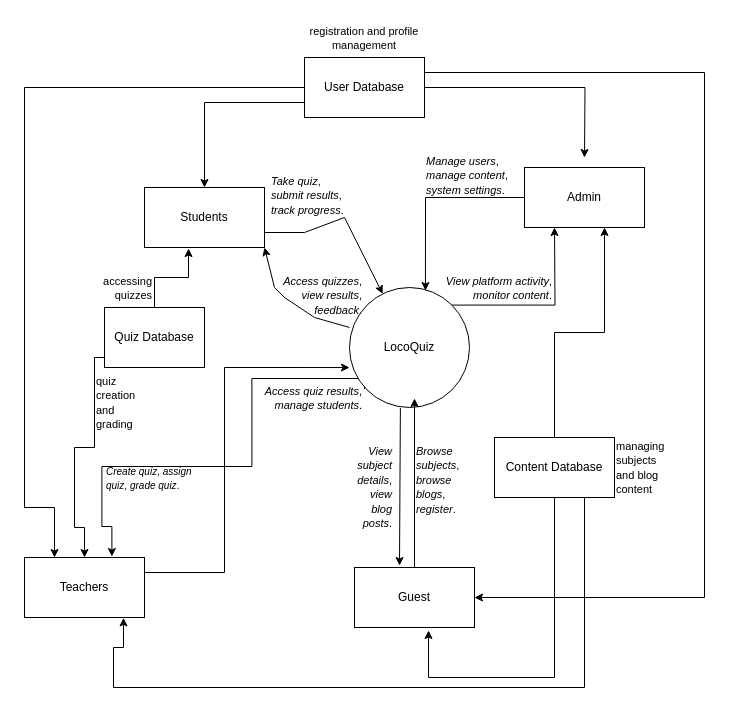
ChelleRech3/Use-case-diagram keeps this draw.io diagram as Assignment1.drawio. Above is the earlier version. Source tidied: cells renumbered, new cells numbered last; positions are measured from the earlier drawing's top-left corner, leaving out a move shared by most shapes. Both pictures are drawn from the tidied source at 100%, with x=0, y=0 at pixel (24, 17).
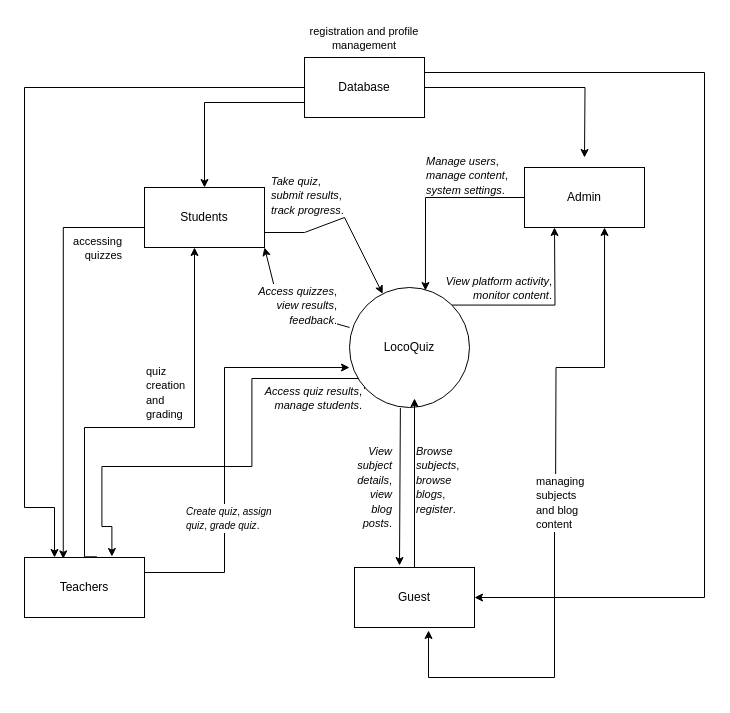
The same diagram, later.

The change refers to these unchanged cells:
```xml
<mxCell id="5" value="Admin" style="rounded=0;whiteSpace=wrap;html=1;" parent="1" vertex="1">
  <mxGeometry x="500" y="150" width="120" height="60" as="geometry" />
</mxCell>
<mxCell id="6" value="Guest" style="rounded=0;whiteSpace=wrap;html=1;" parent="1" vertex="1">
  <mxGeometry x="330" y="550" width="120" height="60" as="geometry" />
</mxCell>
<mxCell id="7" value="Teachers" style="rounded=0;whiteSpace=wrap;html=1;" parent="1" vertex="1">
  <mxGeometry y="540" width="120" height="60" as="geometry" />
</mxCell>
<mxCell id="16" value="Students" style="rounded=0;whiteSpace=wrap;html=1;" parent="1" vertex="1">
  <mxGeometry x="120" y="170" width="120" height="60" as="geometry" />
</mxCell>
```

Diff of the diagram source:
```diff
@@
-    <mxCell id="12" value="User Database" style="rounded=0;whiteSpace=wrap;html=1;" parent="1" vertex="1">
+    <mxCell id="12" value="Database" style="rounded=0;whiteSpace=wrap;html=1;" parent="1" vertex="1">
       <mxGeometry x="280" y="40" width="120" height="60" as="geometry" />
     </mxCell>
-    <mxCell id="13" style="edgeStyle=orthogonalEdgeStyle;rounded=0;jettySize=auto;html=1;entryX=0.5;entryY=0;entryDx=0;entryDy=0;" parent="1" edge="1" source="14" target="7">
+    <mxCell id="13" style="edgeStyle=orthogonalEdgeStyle;rounded=0;jettySize=auto;html=1;exitX=0.603;exitY=-0.011;exitDx=0;exitDy=0;exitPerimeter=0;" parent="1" edge="1" source="7" target="16">
       <mxGeometry relative="1" as="geometry">
         <Array as="points">
-          <mxPoint x="70" y="340" />
-          <mxPoint x="70" y="430" />
-          <mxPoint x="50" y="430" />
-          <mxPoint x="50" y="510" />
-          <mxPoint x="60" y="510" />
+          <mxPoint x="60" y="539" />
+          <mxPoint x="60" y="410" />
+          <mxPoint x="170" y="410" />
         </Array>
       </mxGeometry>
     </mxCell>
-    <mxCell id="14" value="Quiz Database" style="rounded=0;whiteSpace=wrap;html=1;" parent="1" vertex="1">
-      <mxGeometry x="80" y="290" width="100" height="60" as="geometry" />
-    </mxCell>
-    <mxCell id="15" value="Content Database" style="rounded=0;whiteSpace=wrap;html=1;" parent="1" vertex="1">
-      <mxGeometry x="470" y="420" width="120" height="60" as="geometry" />
-    </mxCell>
@@
-    <mxCell id="24" value="&lt;font style=&quot;font-size: 11px;&quot;&gt;&lt;em style=&quot;&quot;&gt;Access quizzes&lt;/em&gt;, &lt;em style=&quot;&quot;&gt;view results&lt;/em&gt;, &lt;em style=&quot;&quot;&gt;feedback&lt;/em&gt;.&lt;/font&gt;" style="text;whiteSpace=wrap;html=1;align=right;" parent="1" vertex="1">
-      <mxGeometry x="245" y="250" width="95" height="40" as="geometry" />
+    <mxCell id="24" value="&lt;font style=&quot;font-size: 11px;&quot;&gt;&lt;em style=&quot;&quot;&gt;Access quizzes&lt;/em&gt;, &lt;em style=&quot;&quot;&gt;view results&lt;/em&gt;, &lt;em style=&quot;&quot;&gt;feedback&lt;/em&gt;.&lt;/font&gt;" style="text;whiteSpace=wrap;html=1;align=right;labelBackgroundColor=default;" parent="1" vertex="1">
+      <mxGeometry x="220" y="260" width="95" height="40" as="geometry" />
     </mxCell>
@@
-    <mxCell id="26" value="&lt;font style=&quot;font-size: 10px;&quot;&gt;&lt;em&gt;Create quiz&lt;/em&gt;, &lt;em&gt;assign quiz&lt;/em&gt;, &lt;em&gt;grade quiz&lt;/em&gt;.&lt;/font&gt;" style="text;whiteSpace=wrap;html=1;" parent="1" vertex="1">
-      <mxGeometry x="80" y="440" width="110" height="50" as="geometry" />
+    <mxCell id="26" value="&lt;font style=&quot;font-size: 10px;&quot;&gt;&lt;em&gt;Create quiz&lt;/em&gt;, &lt;em&gt;assign quiz&lt;/em&gt;, &lt;em&gt;grade quiz&lt;/em&gt;.&lt;/font&gt;" style="text;whiteSpace=wrap;html=1;labelBackgroundColor=default;" parent="1" vertex="1">
+      <mxGeometry x="160" y="480" width="110" height="50" as="geometry" />
     </mxCell>
@@
-    <mxCell id="31" style="edgeStyle=orthogonalEdgeStyle;rounded=0;jettySize=auto;html=1;entryX=0.367;entryY=1.017;entryDx=0;entryDy=0;entryPerimeter=0;" parent="1" edge="1" source="14" target="16">
-      <mxGeometry relative="1" as="geometry" />
-    </mxCell>
-    <mxCell id="32" style="edgeStyle=orthogonalEdgeStyle;rounded=0;jettySize=auto;html=1;entryX=0.667;entryY=1;entryDx=0;entryDy=0;entryPerimeter=0;" parent="1" edge="1" source="15" target="5">
-      <mxGeometry relative="1" as="geometry" />
+    <mxCell id="32" style="edgeStyle=orthogonalEdgeStyle;rounded=0;jettySize=auto;html=1;entryX=0.667;entryY=1;entryDx=0;entryDy=0;entryPerimeter=0;" parent="1" edge="1" target="5">
+      <mxGeometry relative="1" as="geometry">
+        <mxPoint x="531" y="490" as="sourcePoint" />
+      </mxGeometry>
     </mxCell>
-    <mxCell id="33" style="edgeStyle=orthogonalEdgeStyle;rounded=0;jettySize=auto;html=1;entryX=0.617;entryY=1.05;entryDx=0;entryDy=0;entryPerimeter=0;" parent="1" edge="1" source="15" target="6">
+    <mxCell id="33" style="edgeStyle=orthogonalEdgeStyle;rounded=0;jettySize=auto;html=1;entryX=0.617;entryY=1.05;entryDx=0;entryDy=0;entryPerimeter=0;" parent="1" edge="1" target="6">
       <mxGeometry relative="1" as="geometry">
+        <mxPoint x="530" y="480" as="sourcePoint" />
         <Array as="points">
           <mxPoint x="530" y="660" />
           <mxPoint x="404" y="660" />
         </Array>
       </mxGeometry>
     </mxCell>
-    <mxCell id="34" style="edgeStyle=orthogonalEdgeStyle;rounded=0;jettySize=auto;html=1;exitX=0.75;exitY=1;exitDx=0;exitDy=0;entryX=0.825;entryY=1.007;entryDx=0;entryDy=0;entryPerimeter=0;" parent="1" edge="1" source="15" target="7">
-      <mxGeometry relative="1" as="geometry">
-        <Array as="points">
-          <mxPoint x="560" y="670" />
-          <mxPoint x="89" y="670" />
-          <mxPoint x="89" y="630" />
-          <mxPoint x="99" y="630" />
-        </Array>
-      </mxGeometry>
-    </mxCell>
@@
     <mxCell id="36" value="&lt;font style=&quot;font-size: 11px;&quot;&gt;accessing quizzes&lt;/font&gt;" style="text;whiteSpace=wrap;html=1;align=right;" parent="1" vertex="1">
-      <mxGeometry x="60" y="250" width="70" height="40" as="geometry" />
+      <mxGeometry x="30" y="210" width="70" height="40" as="geometry" />
     </mxCell>
     <mxCell id="37" value="&lt;font style=&quot;font-size: 11px;&quot;&gt;quiz creation and grading&lt;/font&gt;" style="text;whiteSpace=wrap;html=1;" parent="1" vertex="1">
-      <mxGeometry x="70" y="350" width="60" height="70" as="geometry" />
+      <mxGeometry x="120" y="340" width="60" height="70" as="geometry" />
     </mxCell>
-    <mxCell id="38" value="&lt;font style=&quot;font-size: 11px;&quot;&gt;managing subjects and blog content&lt;/font&gt;" style="text;whiteSpace=wrap;html=1;align=left;" parent="1" vertex="1">
-      <mxGeometry x="590" y="415" width="40" height="90" as="geometry" />
+    <mxCell id="38" value="&lt;font style=&quot;font-size: 11px;&quot;&gt;managing subjects and blog content&lt;/font&gt;" style="text;whiteSpace=wrap;html=1;align=left;labelBackgroundColor=default;" parent="1" vertex="1">
+      <mxGeometry x="510" y="450" width="40" height="90" as="geometry" />
     </mxCell>
+    <mxCell id="39" style="edgeStyle=orthogonalEdgeStyle;rounded=0;jettySize=auto;html=1;entryX=0.323;entryY=0.023;entryDx=0;entryDy=0;entryPerimeter=0;" parent="1" edge="1" target="7">
+      <mxGeometry relative="1" as="geometry">
+        <mxPoint x="120" y="210" as="sourcePoint" />
+        <Array as="points">
+          <mxPoint x="39" y="210" />
+        </Array>
+      </mxGeometry>
+    </mxCell>
```
